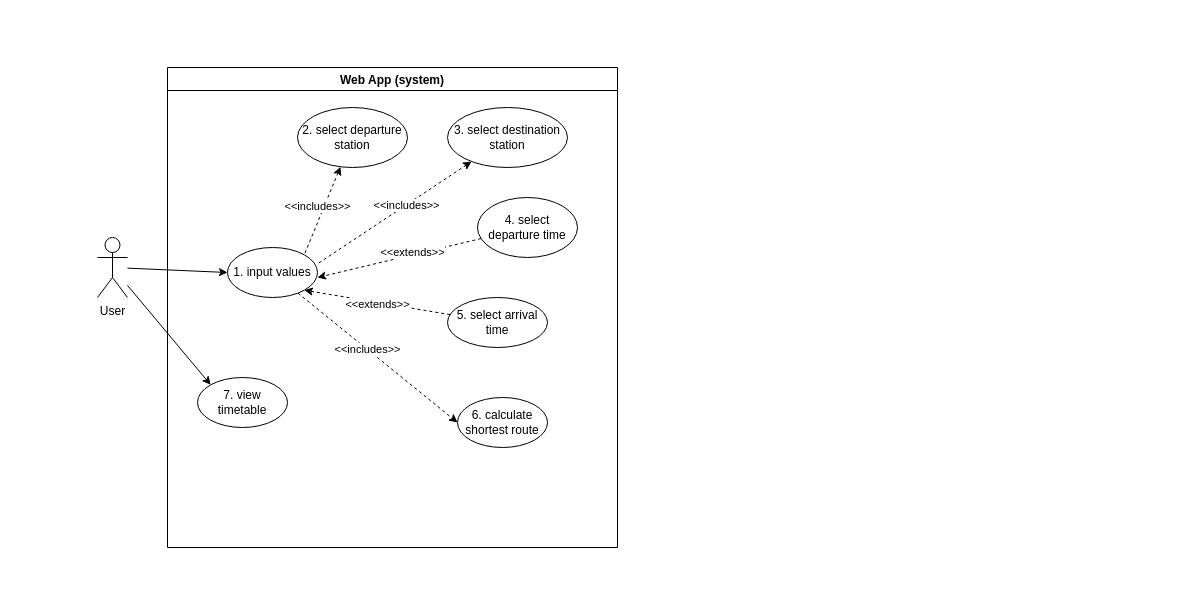
The draw.io diagram Stage 2/useCase.drawio in terrenceshang/CS-Capestone-Project, before the edit. Source tidied: cells renumbered, new cells numbered last; positions are measured from the earlier drawing's top-left corner, leaving out a move shared by most shapes. Both pictures are drawn from the tidied source at 100%, with x=0, y=0 at pixel (97, 67).
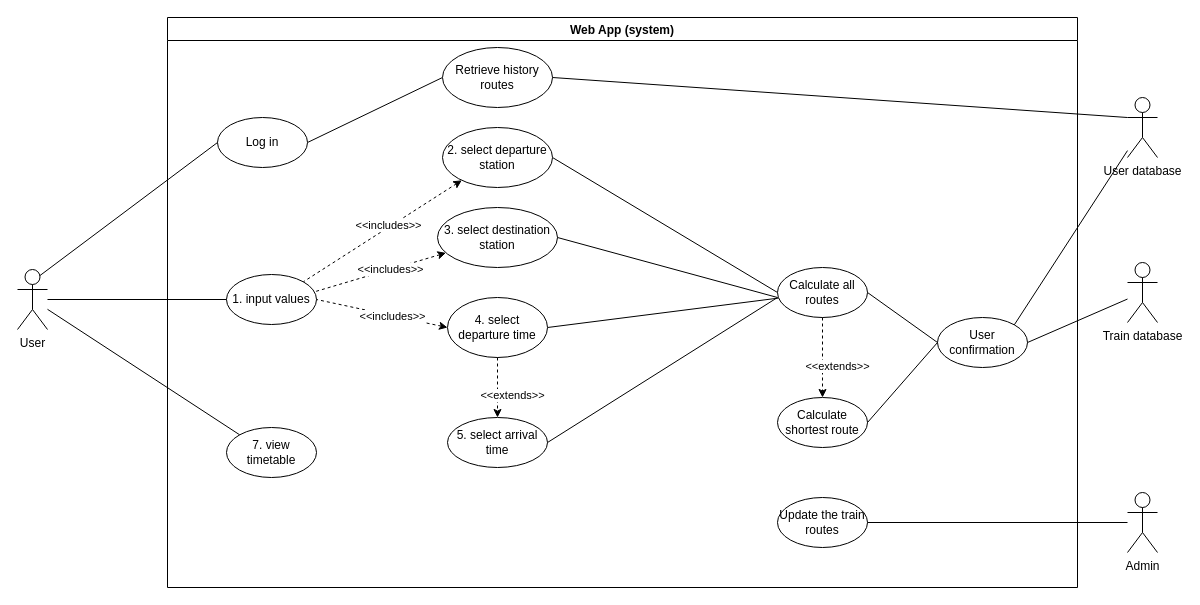
Above is the later version.

What changed in the source:
```diff
@@
     <mxCell id="2" value="Web App (system)" style="swimlane;fillColor=#FFFFFF;startSize=23;" parent="1" vertex="1">
-      <mxGeometry x="70" width="450" height="480" as="geometry" />
+      <mxGeometry x="70" y="-50" width="910" height="570" as="geometry" />
     </mxCell>
-    <mxCell id="3" style="rounded=0;jettySize=auto;html=1;entryX=0;entryY=0.5;entryDx=0;entryDy=0;dashed=1;" parent="2" edge="1" source="5" target="19">
-      <mxGeometry relative="1" as="geometry" />
-    </mxCell>
-    <mxCell id="4" value="&amp;lt;&amp;lt;includes&amp;gt;&amp;gt;" style="edgeLabel;html=1;align=center;verticalAlign=middle;" parent="3" vertex="1">
-      <mxGeometry x="-0.13" relative="1" as="geometry" />
-    </mxCell>
     <mxCell id="5" value="1. input values" style="ellipse;whiteSpace=wrap;html=1;fillColor=#FFFFFF;" parent="2" vertex="1">
-      <mxGeometry x="60" y="180" width="90" height="50" as="geometry" />
+      <mxGeometry x="59" y="257" width="90" height="50" as="geometry" />
     </mxCell>
@@
+    <mxCell id="23" style="edgeStyle=none;rounded=0;jettySize=auto;html=1;exitX=1;exitY=0.5;exitDx=0;exitDy=0;entryX=0;entryY=0.5;entryDx=0;entryDy=0;endArrow=none;endFill=0;" parent="2" edge="1" source="8" target="19">
+      <mxGeometry relative="1" as="geometry" />
+    </mxCell>
     <mxCell id="8" value="2. select departure station" style="ellipse;whiteSpace=wrap;html=1;fillColor=#FFFFFF;" parent="2" vertex="1">
-      <mxGeometry x="130" y="40" width="110" height="60" as="geometry" />
+      <mxGeometry x="275" y="110" width="110" height="60" as="geometry" />
     </mxCell>
@@
     <mxCell id="11" value="3. select destination station" style="ellipse;whiteSpace=wrap;html=1;fillColor=#FFFFFF;" parent="2" vertex="1">
-      <mxGeometry x="280" y="40" width="120" height="60" as="geometry" />
+      <mxGeometry x="270" y="190" width="120" height="60" as="geometry" />
     </mxCell>
-    <mxCell id="12" style="edgeStyle=none;rounded=0;jettySize=auto;html=1;entryX=1;entryY=1;entryDx=0;entryDy=0;dashed=1;endArrow=classic;endFill=1;startArrow=none;startFill=0;" parent="2" edge="1" source="14" target="5">
-      <mxGeometry relative="1" as="geometry" />
-    </mxCell>
-    <mxCell id="13" value="&amp;lt;&amp;lt;extends&amp;gt;&amp;gt;" style="edgeLabel;html=1;align=center;verticalAlign=middle;" parent="12" vertex="1">
-      <mxGeometry x="0.16" y="2" relative="1" as="geometry">
-        <mxPoint x="12" y="2" as="offset" />
-      </mxGeometry>
-    </mxCell>
     <mxCell id="14" value="5. select arrival time" style="ellipse;whiteSpace=wrap;html=1;fillColor=#FFFFFF;" parent="2" vertex="1">
-      <mxGeometry x="280" y="230" width="100" height="50" as="geometry" />
+      <mxGeometry x="280" y="400" width="100" height="50" as="geometry" />
     </mxCell>
     <mxCell id="15" value="7. view timetable" style="ellipse;whiteSpace=wrap;html=1;fillColor=#FFFFFF;" parent="2" vertex="1">
-      <mxGeometry x="30" y="310" width="90" height="50" as="geometry" />
+      <mxGeometry x="59" y="410" width="90" height="50" as="geometry" />
     </mxCell>
-    <mxCell id="16" style="rounded=0;jettySize=auto;html=1;startArrow=none;startFill=0;endArrow=classic;endFill=1;dashed=1;" parent="2" edge="1" source="18">
-      <mxGeometry relative="1" as="geometry">
-        <mxPoint x="150" y="210" as="targetPoint" />
-      </mxGeometry>
-    </mxCell>
-    <mxCell id="17" value="&amp;lt;&amp;lt;extends&amp;gt;&amp;gt;" style="edgeLabel;html=1;align=center;verticalAlign=middle;" parent="16" vertex="1">
-      <mxGeometry x="-0.14" y="1" relative="1" as="geometry">
-        <mxPoint x="1" y="-4" as="offset" />
-      </mxGeometry>
-    </mxCell>
+    <mxCell id="24" style="edgeStyle=none;rounded=0;jettySize=auto;html=1;exitX=1;exitY=0.5;exitDx=0;exitDy=0;endArrow=none;endFill=0;" parent="2" edge="1" source="18" target="19">
+      <mxGeometry relative="1" as="geometry" />
+    </mxCell>
     <mxCell id="18" value="4. select departure time" style="ellipse;whiteSpace=wrap;html=1;fillColor=#FFFFFF;" parent="2" vertex="1">
-      <mxGeometry x="310" y="130" width="100" height="60" as="geometry" />
+      <mxGeometry x="280" y="280" width="100" height="60" as="geometry" />
     </mxCell>
-    <mxCell id="19" value="6. calculate shortest route" style="ellipse;whiteSpace=wrap;html=1;fillColor=#FFFFFF;" parent="2" vertex="1">
-      <mxGeometry x="290" y="330" width="90" height="50" as="geometry" />
+    <mxCell id="19" value="Calculate all routes" style="ellipse;whiteSpace=wrap;html=1;fillColor=#FFFFFF;" parent="2" vertex="1">
+      <mxGeometry x="610" y="250" width="90" height="50" as="geometry" />
     </mxCell>
+    <mxCell id="25" style="rounded=0;jettySize=auto;html=1;exitX=1;exitY=0.5;exitDx=0;exitDy=0;entryX=0;entryY=0.5;entryDx=0;entryDy=0;endArrow=none;endFill=0;strokeColor=#000000;" parent="2" edge="1" source="26" target="27">
+      <mxGeometry relative="1" as="geometry" />
+    </mxCell>
+    <mxCell id="26" value="Log in" style="ellipse;whiteSpace=wrap;html=1;fillColor=#FFFFFF;" parent="2" vertex="1">
+      <mxGeometry x="50" y="100" width="90" height="50" as="geometry" />
+    </mxCell>
+    <mxCell id="27" value="Retrieve history routes" style="ellipse;whiteSpace=wrap;html=1;fillColor=#FFFFFF;" parent="2" vertex="1">
+      <mxGeometry x="275" y="30" width="110" height="60" as="geometry" />
+    </mxCell>
+    <mxCell id="28" value="Calculate shortest route" style="ellipse;whiteSpace=wrap;html=1;fillColor=#FFFFFF;" parent="2" vertex="1">
+      <mxGeometry x="610" y="380" width="90" height="50" as="geometry" />
+    </mxCell>
+    <mxCell id="29" style="edgeStyle=none;rounded=0;jettySize=auto;html=1;dashed=1;endArrow=classic;endFill=1;startArrow=none;startFill=0;exitX=0.5;exitY=1;exitDx=0;exitDy=0;entryX=0.5;entryY=0;entryDx=0;entryDy=0;" parent="2" edge="1" source="19" target="28">
+      <mxGeometry relative="1" as="geometry" />
+    </mxCell>
+    <mxCell id="30" value="&amp;lt;&amp;lt;extends&amp;gt;&amp;gt;" style="edgeLabel;html=1;align=center;verticalAlign=middle;" parent="29" vertex="1">
+      <mxGeometry x="0.16" y="2" relative="1" as="geometry">
+        <mxPoint x="12" y="2" as="offset" />
+      </mxGeometry>
+    </mxCell>
+    <mxCell id="31" value="Update the train routes" style="ellipse;whiteSpace=wrap;html=1;fillColor=#FFFFFF;" parent="2" vertex="1">
+      <mxGeometry x="610" y="480" width="90" height="50" as="geometry" />
+    </mxCell>
+    <mxCell id="32" value="User confirmation" style="ellipse;whiteSpace=wrap;html=1;fillColor=#FFFFFF;" parent="2" vertex="1">
+      <mxGeometry x="770" y="300" width="90" height="50" as="geometry" />
+    </mxCell>
+    <mxCell id="33" style="rounded=0;jettySize=auto;html=1;exitX=1;exitY=0.5;exitDx=0;exitDy=0;endArrow=none;endFill=0;strokeColor=#000000;entryX=0;entryY=0.5;entryDx=0;entryDy=0;" parent="2" edge="1" source="19" target="32">
+      <mxGeometry relative="1" as="geometry" />
+    </mxCell>
+    <mxCell id="34" style="rounded=0;jettySize=auto;html=1;exitX=1;exitY=0.5;exitDx=0;exitDy=0;entryX=0;entryY=0.5;entryDx=0;entryDy=0;endArrow=none;endFill=0;" parent="2" edge="1" source="28" target="32">
+      <mxGeometry relative="1" as="geometry" />
+    </mxCell>
+    <mxCell id="35" style="edgeStyle=none;rounded=0;jettySize=auto;html=1;dashed=1;endArrow=classic;endFill=1;startArrow=none;startFill=0;exitX=0.5;exitY=1;exitDx=0;exitDy=0;" parent="2" edge="1" source="18" target="14">
+      <mxGeometry relative="1" as="geometry" />
+    </mxCell>
+    <mxCell id="36" value="&amp;lt;&amp;lt;extends&amp;gt;&amp;gt;" style="edgeLabel;html=1;align=center;verticalAlign=middle;" parent="35" vertex="1">
+      <mxGeometry x="0.16" y="2" relative="1" as="geometry">
+        <mxPoint x="12" y="2" as="offset" />
+      </mxGeometry>
+    </mxCell>
+    <mxCell id="37" style="edgeStyle=none;rounded=0;jettySize=auto;html=1;entryX=1;entryY=0.5;entryDx=0;entryDy=0;dashed=1;startArrow=classic;startFill=1;endArrow=none;endFill=0;exitX=0;exitY=0.5;exitDx=0;exitDy=0;" parent="2" edge="1" source="18" target="5">
+      <mxGeometry relative="1" as="geometry" />
+    </mxCell>
+    <mxCell id="4" value="&amp;lt;&amp;lt;includes&amp;gt;&amp;gt;" style="edgeLabel;html=1;align=center;verticalAlign=middle;" parent="37" vertex="1">
+      <mxGeometry x="-0.15" relative="1" as="geometry" />
+    </mxCell>
-    <mxCell id="20" style="rounded=0;jettySize=auto;html=1;entryX=0;entryY=0.5;entryDx=0;entryDy=0;" parent="1" edge="1" source="22" target="5">
+    <mxCell id="20" style="rounded=0;jettySize=auto;html=1;entryX=0;entryY=0.5;entryDx=0;entryDy=0;endArrow=none;endFill=0;" parent="1" edge="1" source="22" target="5">
       <mxGeometry relative="1" as="geometry" />
     </mxCell>
-    <mxCell id="21" style="edgeStyle=none;rounded=0;jettySize=auto;html=1;entryX=0;entryY=0;entryDx=0;entryDy=0;" parent="1" edge="1" source="22" target="15">
+    <mxCell id="21" style="edgeStyle=none;rounded=0;jettySize=auto;html=1;entryX=0;entryY=0;entryDx=0;entryDy=0;endArrow=none;endFill=0;" parent="1" edge="1" source="22" target="15">
       <mxGeometry relative="1" as="geometry" />
     </mxCell>
+    <mxCell id="38" style="edgeStyle=none;rounded=0;jettySize=auto;html=1;exitX=0.75;exitY=0.1;exitDx=0;exitDy=0;exitPerimeter=0;entryX=0;entryY=0.5;entryDx=0;entryDy=0;endArrow=none;endFill=0;strokeColor=#000000;" parent="1" edge="1" source="22" target="26">
+      <mxGeometry relative="1" as="geometry" />
+    </mxCell>
     <mxCell id="22" value="User" style="shape=umlActor;verticalLabelPosition=bottom;verticalAlign=top;html=1;outlineConnect=0;fillColor=#FFFFFF;" parent="1" vertex="1">
-      <mxGeometry y="170" width="30" height="60" as="geometry" />
+      <mxGeometry x="-80" y="202" width="30" height="60" as="geometry" />
     </mxCell>
+    <mxCell id="39" value="Train database" style="shape=umlActor;verticalLabelPosition=bottom;verticalAlign=top;html=1;outlineConnect=0;fillColor=#FFFFFF;" parent="1" vertex="1">
+      <mxGeometry x="1030" y="195" width="30" height="60" as="geometry" />
+    </mxCell>
+    <mxCell id="40" value="User database" style="shape=umlActor;verticalLabelPosition=bottom;verticalAlign=top;html=1;outlineConnect=0;fillColor=#FFFFFF;" parent="1" vertex="1">
+      <mxGeometry x="1030" y="30" width="30" height="60" as="geometry" />
+    </mxCell>
+    <mxCell id="41" style="edgeStyle=none;rounded=0;jettySize=auto;html=1;exitX=1;exitY=0.5;exitDx=0;exitDy=0;entryX=0;entryY=0.3333333333333333;entryDx=0;entryDy=0;entryPerimeter=0;endArrow=none;endFill=0;strokeColor=#000000;" parent="1" edge="1" source="27" target="40">
+      <mxGeometry relative="1" as="geometry" />
+    </mxCell>
+    <mxCell id="42" value="Admin" style="shape=umlActor;verticalLabelPosition=bottom;verticalAlign=top;html=1;outlineConnect=0;fillColor=#FFFFFF;" parent="1" vertex="1">
+      <mxGeometry x="1030" y="425" width="30" height="60" as="geometry" />
+    </mxCell>
+    <mxCell id="43" style="edgeStyle=none;rounded=0;jettySize=auto;html=1;exitX=1;exitY=0.5;exitDx=0;exitDy=0;endArrow=none;endFill=0;" parent="1" edge="1" source="31" target="42">
+      <mxGeometry relative="1" as="geometry" />
+    </mxCell>
+    <mxCell id="44" style="rounded=0;jettySize=auto;html=1;exitX=1;exitY=0.5;exitDx=0;exitDy=0;endArrow=none;endFill=0;" parent="1" edge="1" source="32" target="39">
+      <mxGeometry relative="1" as="geometry" />
+    </mxCell>
+    <mxCell id="45" style="edgeStyle=none;rounded=0;jettySize=auto;html=1;exitX=1;exitY=0;exitDx=0;exitDy=0;endArrow=none;endFill=0;" parent="1" edge="1" source="32" target="40">
+      <mxGeometry relative="1" as="geometry" />
+    </mxCell>
+    <mxCell id="46" style="edgeStyle=none;rounded=0;jettySize=auto;html=1;exitX=1;exitY=0.5;exitDx=0;exitDy=0;endArrow=none;endFill=0;" parent="1" edge="1" source="11">
+      <mxGeometry relative="1" as="geometry">
+        <mxPoint x="680" y="230" as="targetPoint" />
+      </mxGeometry>
+    </mxCell>
+    <mxCell id="47" style="edgeStyle=none;rounded=0;jettySize=auto;html=1;exitX=1;exitY=0.5;exitDx=0;exitDy=0;endArrow=none;endFill=0;" parent="1" edge="1" source="14">
+      <mxGeometry relative="1" as="geometry">
+        <mxPoint x="680" y="230" as="targetPoint" />
+      </mxGeometry>
+    </mxCell>
```
